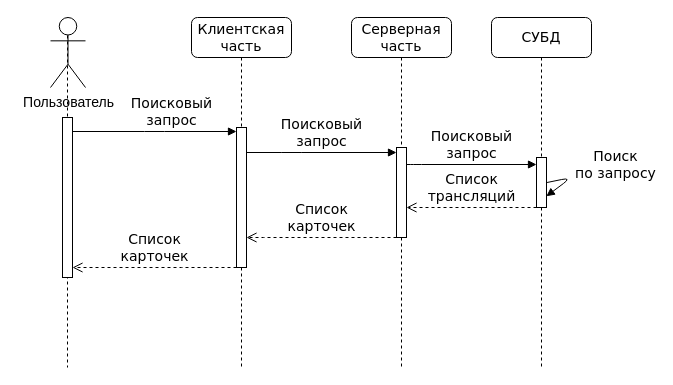
Before: page "Страница — 3" (2 of 2) of Курсовая Работа/Архитектура/Последовательности.drawio in FaceMan01/Homework, a draw.io diagram. Source tidied: cells renumbered, new cells numbered last; positions are measured from the earlier drawing's top-left corner, leaving out a move shared by most shapes. Both pictures are drawn from the tidied source at 100%, with x=0, y=0 at pixel (17, 17).
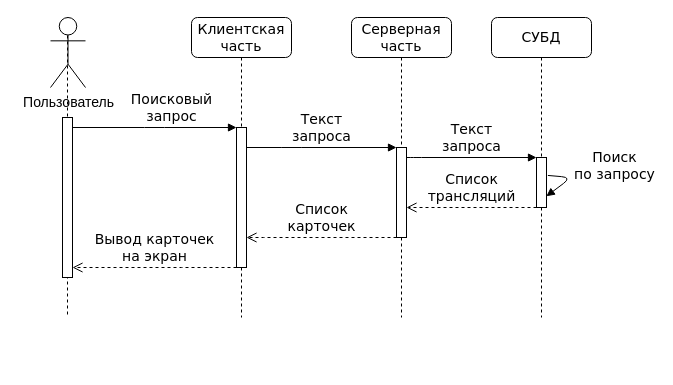
The same diagram, later.

Unchanged cells that the change refers to:
```xml
<mxCell id="3" style="html=1;points=[];perimeter=orthogonalPerimeter;rounded=0;shadow=0;comic=0;labelBackgroundColor=none;strokeWidth=1;fontFamily=Verdana;fontSize=14;align=center;" parent="2" vertex="1">
  <mxGeometry x="45" y="110" width="10" height="140" as="geometry" />
</mxCell>
<mxCell id="8" style="html=1;points=[];perimeter=orthogonalPerimeter;rounded=0;shadow=0;comic=0;labelBackgroundColor=none;strokeWidth=1;fontFamily=Verdana;fontSize=14;align=center;" parent="7" vertex="1">
  <mxGeometry x="45" y="140" width="10" height="50" as="geometry" />
</mxCell>
<mxCell id="11" style="html=1;points=[];perimeter=orthogonalPerimeter;rounded=0;shadow=0;comic=0;labelBackgroundColor=none;strokeWidth=1;fontFamily=Verdana;fontSize=14;align=center;" parent="10" vertex="1">
  <mxGeometry x="45" y="100" width="10" height="160" as="geometry" />
</mxCell>
```

What changed in the source:
```diff
@@
     <mxCell id="2" value="Клиентская часть" style="shape=umlLifeline;perimeter=lifelinePerimeter;whiteSpace=wrap;html=1;rounded=1;shadow=0;comic=0;labelBackgroundColor=none;strokeWidth=1;fontFamily=Verdana;fontSize=14;align=center;" parent="1" vertex="1">
-      <mxGeometry x="174" width="100" height="350" as="geometry" />
+      <mxGeometry x="174" width="100" height="300" as="geometry" />
     </mxCell>
@@
     <mxCell id="4" value="Серверная часть" style="shape=umlLifeline;perimeter=lifelinePerimeter;whiteSpace=wrap;html=1;rounded=1;shadow=0;comic=0;labelBackgroundColor=none;strokeWidth=1;fontFamily=Verdana;fontSize=14;align=center;" parent="1" vertex="1">
-      <mxGeometry x="334" width="100" height="350" as="geometry" />
+      <mxGeometry x="334" width="100" height="300" as="geometry" />
     </mxCell>
@@
-    <mxCell id="6" value="Поисковый&lt;br&gt;запрос" style="html=1;verticalAlign=bottom;endArrow=block;labelBackgroundColor=none;fontFamily=Verdana;fontSize=14;edgeStyle=elbowEdgeStyle;elbow=vertical;" parent="4" edge="1">
+    <mxCell id="6" value="Текст&lt;br&gt;запроса" style="html=1;verticalAlign=bottom;endArrow=block;labelBackgroundColor=none;fontFamily=Verdana;fontSize=14;edgeStyle=elbowEdgeStyle;elbow=vertical;" parent="4" edge="1">
       <mxGeometry relative="1" as="geometry">
-        <mxPoint x="-105" y="135" as="sourcePoint" />
-        <mxPoint x="45" y="135" as="targetPoint" />
+        <mxPoint x="-105" y="130" as="sourcePoint" />
+        <mxPoint x="45" y="130" as="targetPoint" />
         <Array as="points">
-          <mxPoint x="-59.7" y="135" />
-          <mxPoint x="-69.7" y="35" />
+          <mxPoint x="-59.7" y="130" />
+          <mxPoint x="-69.7" y="30" />
         </Array>
       </mxGeometry>
     </mxCell>
     <mxCell id="7" value="СУБД" style="shape=umlLifeline;perimeter=lifelinePerimeter;whiteSpace=wrap;html=1;rounded=1;shadow=0;comic=0;labelBackgroundColor=none;strokeWidth=1;fontFamily=Verdana;fontSize=14;align=center;" parent="1" vertex="1">
-      <mxGeometry x="474" width="100" height="350" as="geometry" />
+      <mxGeometry x="474" width="100" height="300" as="geometry" />
     </mxCell>
@@
-    <mxCell id="9" value="Поиск &lt;br&gt;по запросу" style="html=1;verticalAlign=bottom;endArrow=block;labelBackgroundColor=none;fontFamily=Verdana;fontSize=14;edgeStyle=elbowEdgeStyle;elbow=vertical;exitX=1.055;exitY=0.5;exitDx=0;exitDy=0;exitPerimeter=0;entryX=0.986;entryY=0.775;entryDx=0;entryDy=0;entryPerimeter=0;" parent="7" edge="1" source="8" target="8">
+    <mxCell id="9" value="Поиск &lt;br&gt;по запросу" style="html=1;verticalAlign=bottom;endArrow=block;labelBackgroundColor=none;fontFamily=Verdana;fontSize=14;edgeStyle=elbowEdgeStyle;elbow=vertical;exitX=1.138;exitY=0.359;exitDx=0;exitDy=0;exitPerimeter=0;entryX=0.986;entryY=0.775;entryDx=0;entryDy=0;entryPerimeter=0;" parent="7" edge="1" source="8" target="8">
       <mxGeometry x="-0.07" y="41" relative="1" as="geometry">
         <Array as="points">
           <mxPoint x="80" y="160" />
         </Array>
         <mxPoint x="20" y="-26" as="offset" />
       </mxGeometry>
     </mxCell>
     <mxCell id="10" style="shape=umlLifeline;perimeter=lifelinePerimeter;whiteSpace=wrap;html=1;rounded=1;shadow=0;comic=0;labelBackgroundColor=none;strokeWidth=1;fontFamily=Verdana;fontSize=14;align=center;size=0;" parent="1" vertex="1">
-      <mxGeometry width="100" height="350" as="geometry" />
+      <mxGeometry width="100" height="300" as="geometry" />
     </mxCell>
@@
-    <mxCell id="13" value="Поисковый&lt;br&gt;запрос" style="html=1;verticalAlign=bottom;endArrow=block;labelBackgroundColor=none;fontFamily=Verdana;fontSize=14;edgeStyle=elbowEdgeStyle;elbow=vertical;" parent="1" edge="1">
+    <mxCell id="13" value="Текст&lt;br&gt;запроса" style="html=1;verticalAlign=bottom;endArrow=block;labelBackgroundColor=none;fontFamily=Verdana;fontSize=14;edgeStyle=elbowEdgeStyle;elbow=vertical;" parent="1" edge="1">
       <mxGeometry relative="1" as="geometry">
-        <mxPoint x="389" y="147" as="sourcePoint" />
-        <mxPoint x="519" y="147" as="targetPoint" />
+        <mxPoint x="389" y="140" as="sourcePoint" />
+        <mxPoint x="519" y="140" as="targetPoint" />
         <Array as="points">
-          <mxPoint x="394" y="147" />
+          <mxPoint x="394" y="140" />
         </Array>
       </mxGeometry>
     </mxCell>
     <mxCell id="14" value="Поисковый&lt;br style=&quot;font-size: 14px;&quot;&gt;запрос" style="html=1;verticalAlign=bottom;endArrow=block;entryX=0;entryY=0;labelBackgroundColor=none;fontFamily=Verdana;fontSize=14;edgeStyle=elbowEdgeStyle;elbow=vertical;" parent="1" edge="1">
       <mxGeometry x="0.21" relative="1" as="geometry">
-        <mxPoint x="55" y="114" as="sourcePoint" />
-        <mxPoint x="219" y="114" as="targetPoint" />
+        <mxPoint x="55" y="110" as="sourcePoint" />
+        <mxPoint x="219" y="110" as="targetPoint" />
       </mxGeometry>
     </mxCell>
@@
-    <mxCell id="17" value="Список&lt;br&gt;карточек" style="html=1;verticalAlign=bottom;endArrow=open;dashed=1;endSize=8;labelBackgroundColor=none;fontFamily=Verdana;fontSize=14;edgeStyle=elbowEdgeStyle;elbow=vertical;" parent="1" edge="1" source="3" target="11">
+    <mxCell id="17" value="Вывод карточек&lt;br&gt;на экран" style="html=1;verticalAlign=bottom;endArrow=open;dashed=1;endSize=8;labelBackgroundColor=none;fontFamily=Verdana;fontSize=14;edgeStyle=elbowEdgeStyle;elbow=vertical;" parent="1" edge="1" source="3" target="11">
       <mxGeometry relative="1" as="geometry">
         <Array as="points">
           <mxPoint x="154" y="250" />
         </Array>
       </mxGeometry>
     </mxCell>
```
